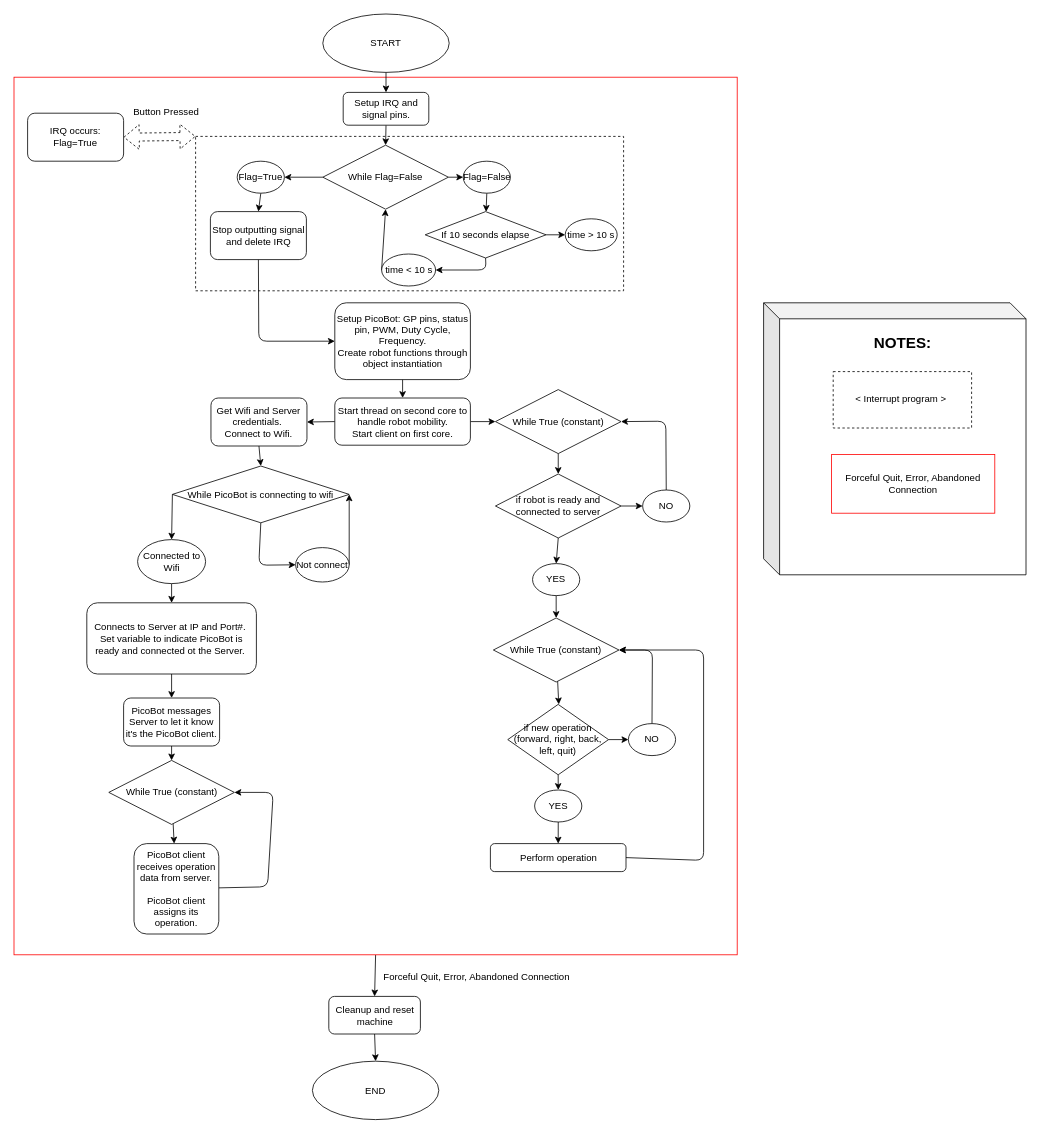
Earlier version of the draw.io diagram FlowChart/PicoBot.drawio (dleslie330/WebRobot). Source tidied: cells renumbered, new cells numbered last; positions are measured from the earlier drawing's top-left corner, leaving out a move shared by most shapes. Both pictures are drawn from the tidied source at 80%, with x=0, y=0 at pixel (14, 14).
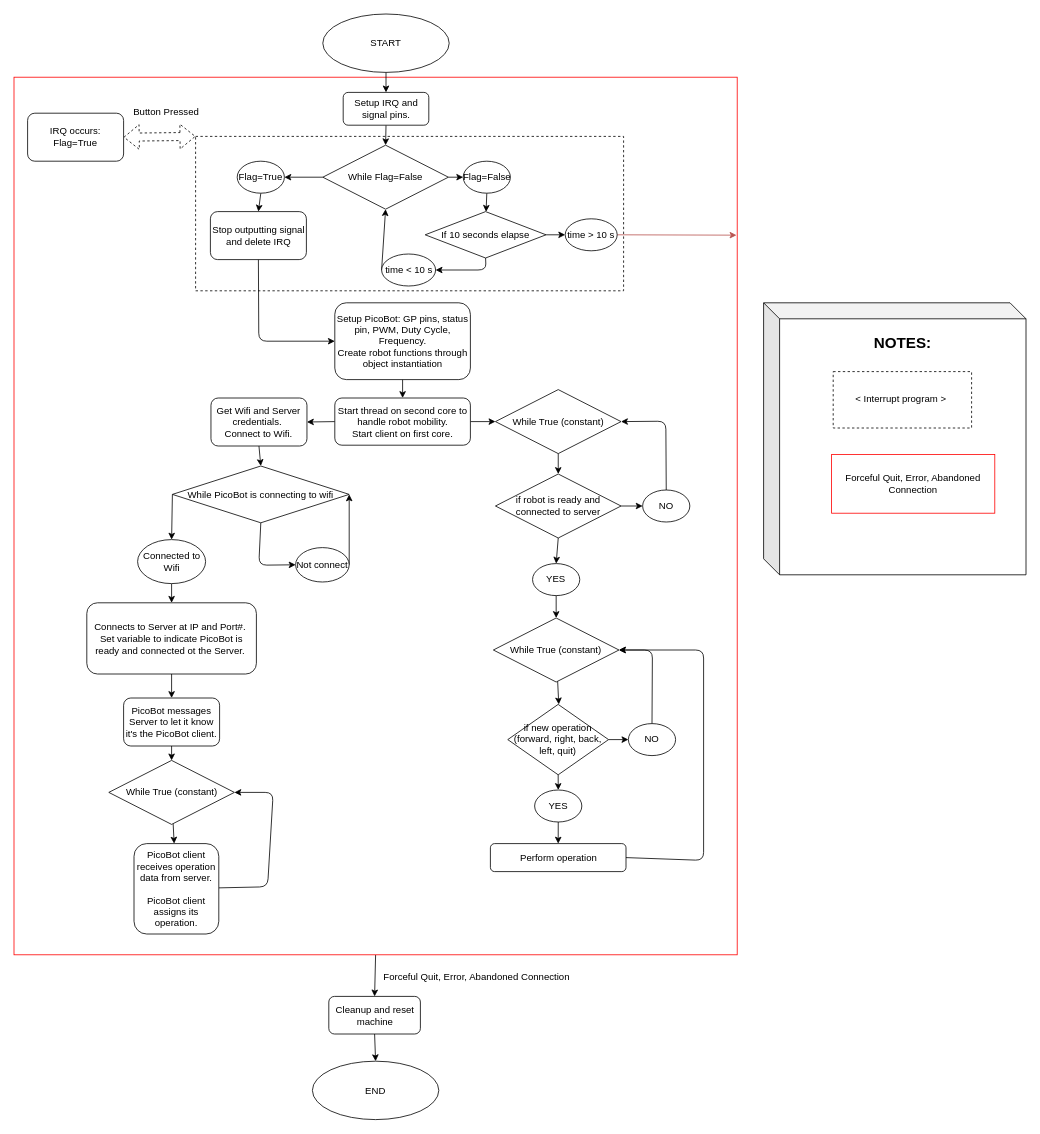
After the change.

Unchanged cells that the change refers to:
```xml
<mxCell id="3" style="rounded=0;whiteSpace=wrap;html=1;strokeColor=#FF0000;" parent="1" vertex="1">
  <mxGeometry y="79" width="904" height="1097" as="geometry" />
</mxCell>
<mxCell id="53" value="time &amp;gt; 10 s" style="ellipse;whiteSpace=wrap;html=1;" parent="1" vertex="1">
  <mxGeometry x="689" y="256" width="65" height="40" as="geometry" />
</mxCell>
```

Diff of the diagram source:
```diff
@@
+    <mxCell id="76" style="edgeStyle=none;html=1;entryX=0.999;entryY=0.18;entryDx=0;entryDy=0;entryPerimeter=0;fillColor=#f8cecc;strokeColor=#b85450;" parent="1" edge="1" source="53" target="3">
+      <mxGeometry relative="1" as="geometry" />
+    </mxCell>
```
